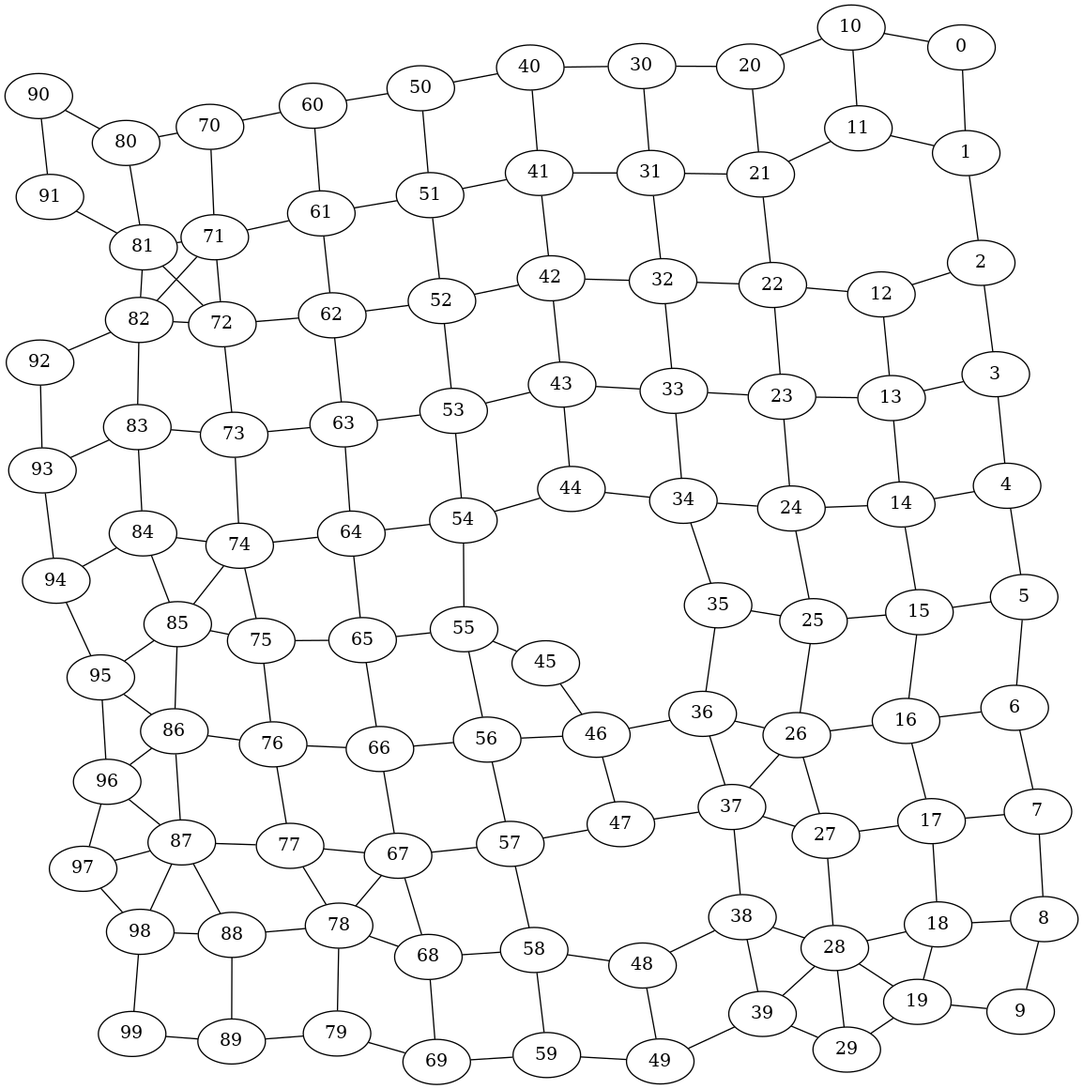
Above: fig/graph.png in lorenzorizzi17/urban_network (Graphviz), before the change. Its source is kept beside it as fig/graph.dot.
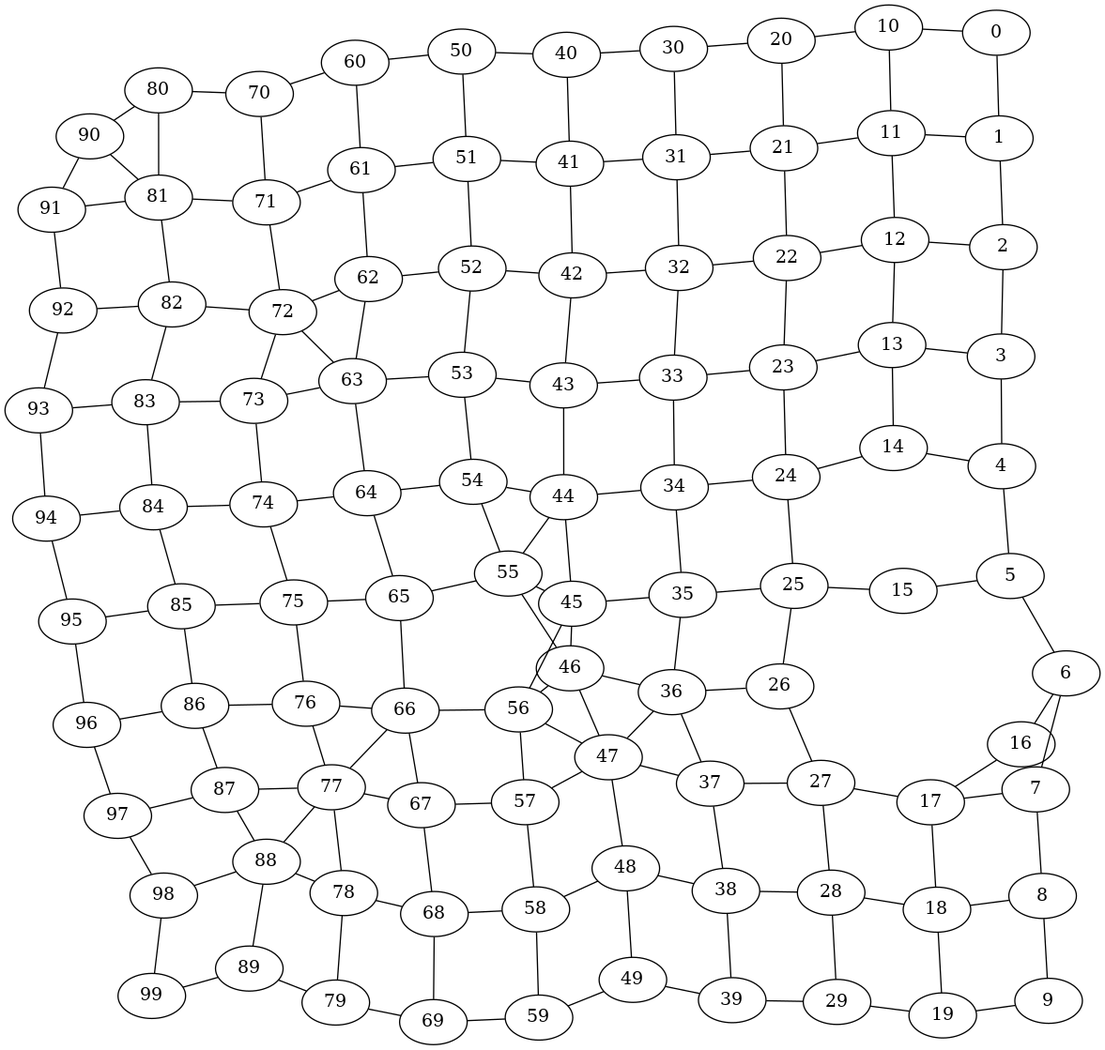
The same diagram one commit later.

Diff of the diagram source:
```diff
@@ -121,15 +121,13 @@
 10--11 ;
 10--20 ;
 11--21 ;
+11--12 ;
 12--22 ;
 12--13 ;
 13--23 ;
 13--14 ;
 14--24 ;
-14--15 ;
 15--25 ;
-15--16 ;
-16--26 ;
 16--17 ;
 17--27 ;
 17--18 ;
@@ -165,6 +163,7 @@
 33--34 ;
 34--44 ;
 34--35 ;
+35--45 ;
 35--36 ;
 36--46 ;
 36--37 ;
@@ -182,11 +181,13 @@
 43--53 ;
 43--44 ;
 44--54 ;
+44--45 ;
 45--55 ;
 45--46 ;
 46--56 ;
 46--47 ;
 47--57 ;
+47--48 ;
 48--58 ;
 48--49 ;
 49--59 ;
@@ -201,7 +202,6 @@
 54--64 ;
 54--55 ;
 55--65 ;
-55--56 ;
 56--66 ;
 56--57 ;
 57--67 ;
@@ -267,6 +267,7 @@
 88--89 ;
 89--99 ;
 90--91 ;
+91--92 ;
 92--93 ;
 93--94 ;
 94--95 ;
@@ -274,14 +275,13 @@
 96--97 ;
 97--98 ;
 98--99 ;
-85--74 ;
-67--78 ;
-28--19 ;
-87--98 ;
-86--95 ;
-81--72 ;
-28--39 ;
-37--26 ;
-71--82 ;
-87--96 ;
+44--55 ;
+36--47 ;
+77--88 ;
+46--55 ;
+81--90 ;
+45--56 ;
+56--47 ;
+63--72 ;
+77--66 ;
 }
```
